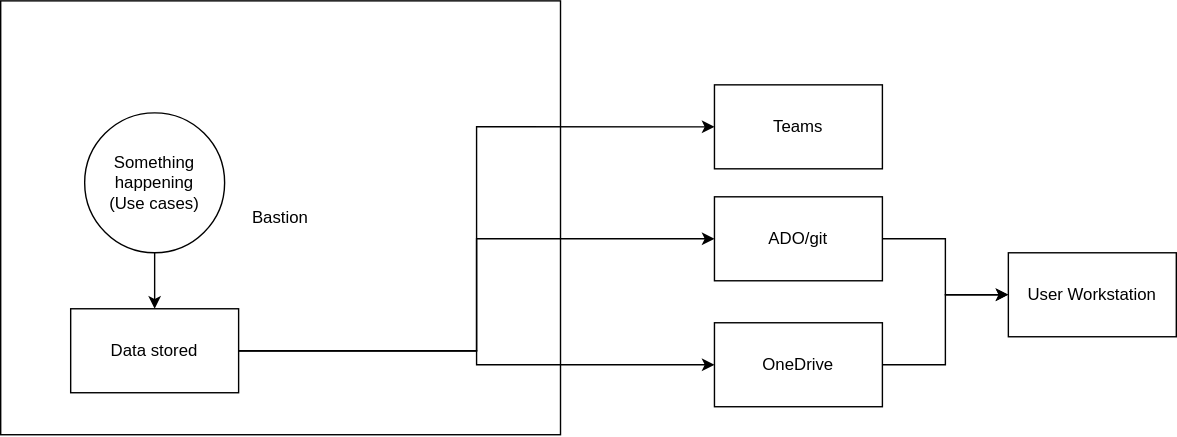
Above: SharedData.svg in vjavle/invoicecloud (draw.io), before the change. Source tidied: cells renumbered, new cells last; positions are measured from the earlier drawing's top-left corner, leaving out a move shared by most shapes.
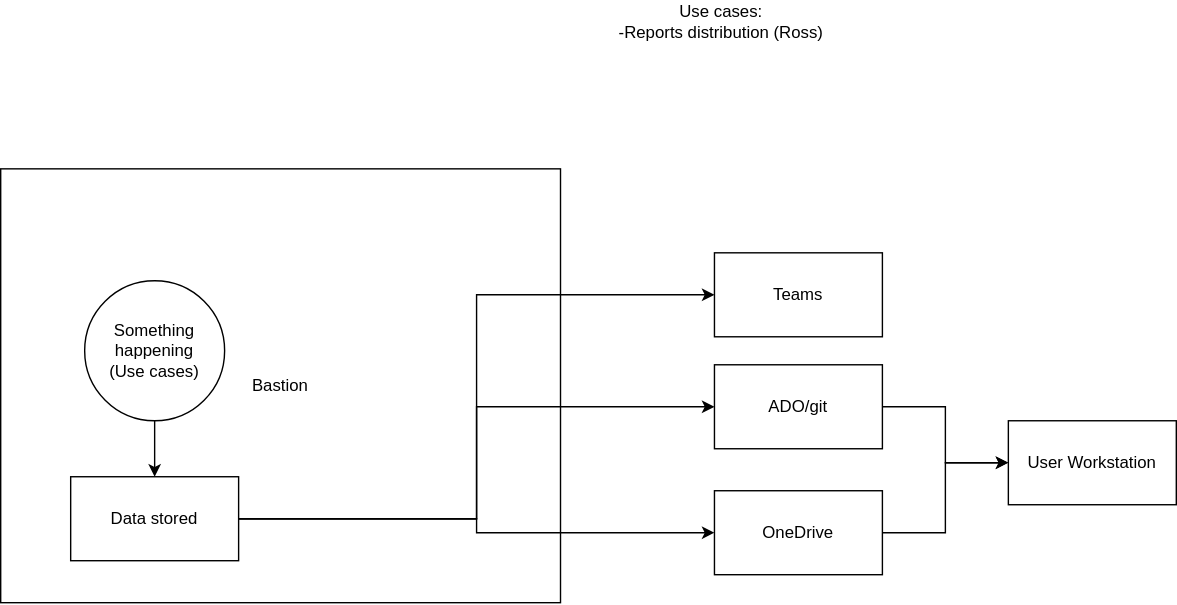
The same diagram one commit later.

What changed in the source:
```diff
@@ -41,5 +41,8 @@
     <mxCell id="14" value="Teams" style="rounded=0;whiteSpace=wrap;html=1;" parent="1" vertex="1">
       <mxGeometry x="510" y="60" width="120" height="60" as="geometry" />
     </mxCell>
+    <mxCell id="15" value="Use cases:&lt;br&gt;-Reports distribution (Ross)" style="text;html=1;strokeColor=none;fillColor=none;align=center;verticalAlign=middle;whiteSpace=wrap;rounded=0;" parent="1" vertex="1">
+      <mxGeometry x="410" y="-120" width="210" height="30" as="geometry" />
+    </mxCell>
   </root>
 </mxGraphModel>
```
